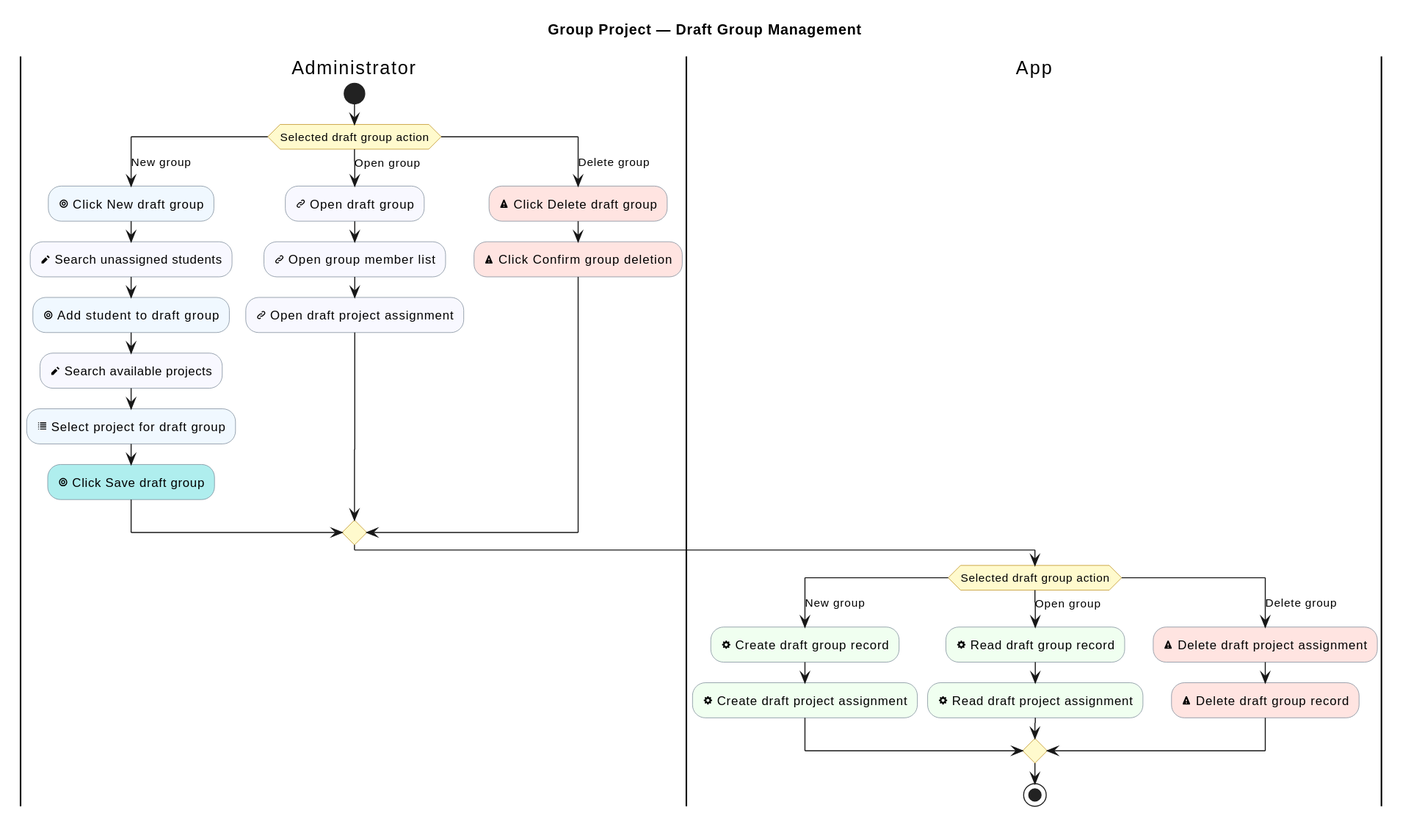
Earlier version of the PlantUML export industrial-placement-group-project/diagrams/group-project/draft-group-management.svg (sdflkjssl/sdflkjssl.github.io).
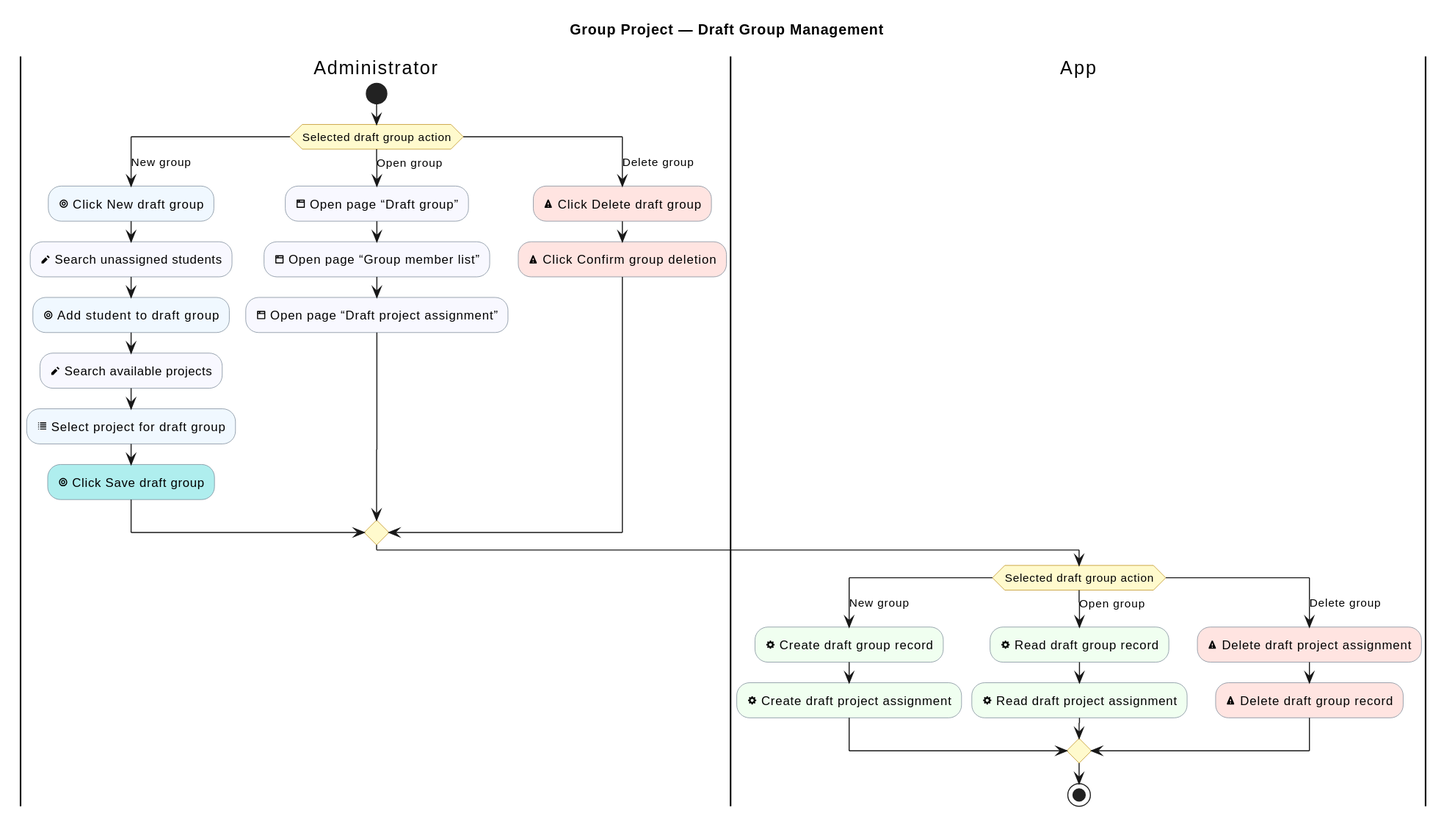
The same file after the commit.

Diff of the diagram source:
```diff
@@ -21,9 +21,9 @@
   :<&list> Select project for draft group; <<#AliceBlue>>
   :<&target> Click Save draft group; <<#PaleTurquoise>>
 case (Open group)
-  :<&link-intact> Open draft group; <<#GhostWhite>>
-  :<&link-intact> Open group member list; <<#GhostWhite>>
-  :<&link-intact> Open draft project assignment; <<#GhostWhite>>
+  :<&browser> Open page “Draft group”; <<#GhostWhite>>
+  :<&browser> Open page “Group member list”; <<#GhostWhite>>
+  :<&browser> Open page “Draft project assignment”; <<#GhostWhite>>
 case (Delete group)
   :<&warning> Click Delete draft group; <<#MistyRose>>
   :<&warning> Click Confirm group deletion; <<#MistyRose>>
```
